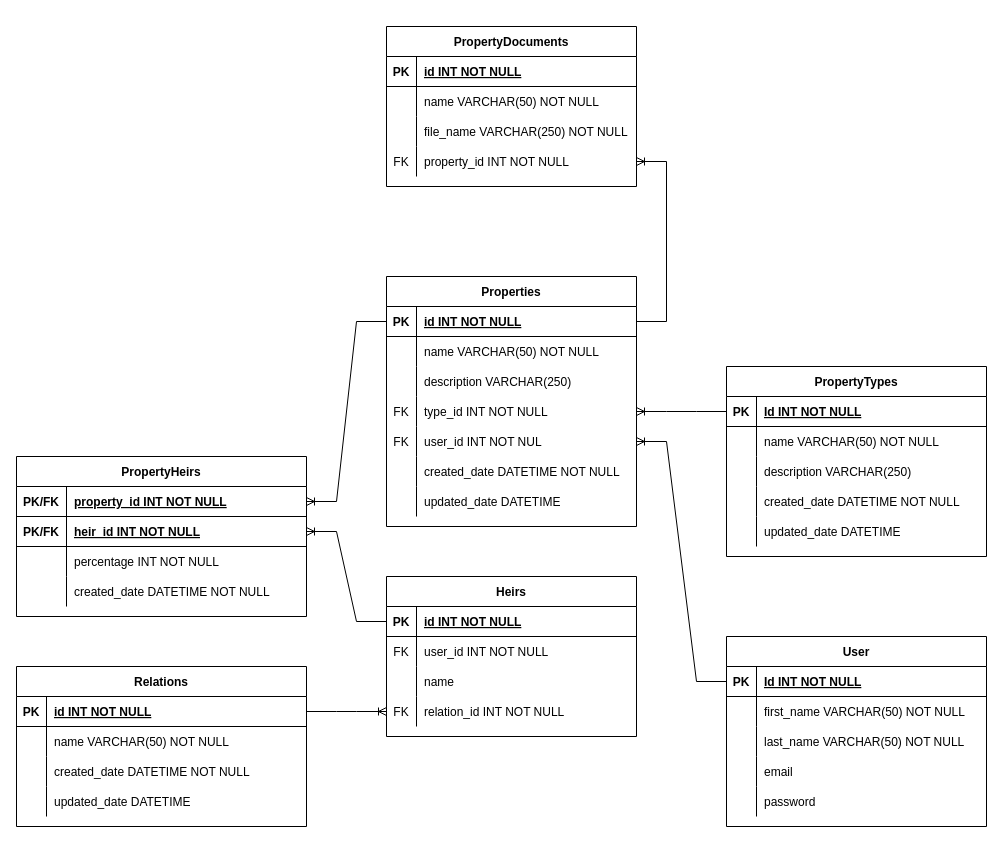
The draw.io diagram ER_Diagram.drawio in NTHU-Nova-Corp/e-testament-api, before the edit. Source tidied: cells renumbered, new cells numbered last; positions are measured from the earlier drawing's top-left corner, leaving out a move shared by most shapes. Both pictures are drawn from the tidied source at 100%, with x=0, y=0 at pixel (16, 26).
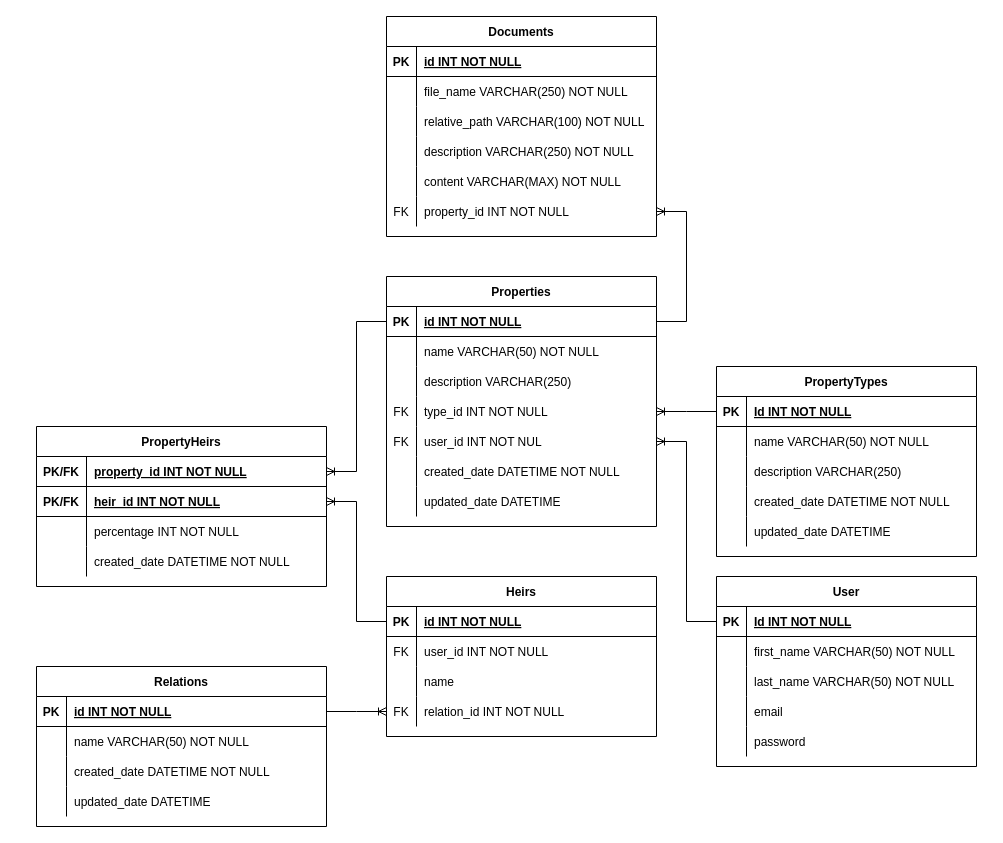
Above is the later version.

What changed in the source:
```diff
@@
     <mxCell id="2" value="Properties" style="shape=table;startSize=30;childLayout=tableLayout;rowLines=0;fontStyle=1;align=center;" parent="1" vertex="1">
-      <mxGeometry x="370" y="250" width="250" height="250" as="geometry" />
+      <mxGeometry x="370" y="250" width="270" height="250" as="geometry" />
     </mxCell>
     <mxCell id="3" style="shape=partialRectangle;fillColor=none;points=[[0,0.5],[1,0.5]];portConstraint=eastwest;top=0;left=0;right=0;bottom=1;" parent="2" vertex="1">
-      <mxGeometry y="30" width="250" height="30" as="geometry" />
+      <mxGeometry y="30" width="270" height="30" as="geometry" />
     </mxCell>
@@
     <mxCell id="5" value="id INT NOT NULL" style="shape=partialRectangle;overflow=hidden;fillColor=none;top=0;left=0;bottom=0;right=0;align=left;spacingLeft=6;fontStyle=5;" parent="3" vertex="1">
-      <mxGeometry x="30" width="220" height="30" as="geometry" />
+      <mxGeometry x="30" width="240" height="30" as="geometry" />
     </mxCell>
     <mxCell id="6" style="shape=partialRectangle;fillColor=none;top=0;left=0;right=0;bottom=0;" parent="2" vertex="1">
-      <mxGeometry y="60" width="250" height="30" as="geometry" />
+      <mxGeometry y="60" width="270" height="30" as="geometry" />
     </mxCell>
@@
     <mxCell id="8" value="name VARCHAR(50) NOT NULL" style="shape=partialRectangle;overflow=hidden;fillColor=none;top=0;left=0;bottom=0;right=0;align=left;spacingLeft=6;" parent="6" vertex="1">
-      <mxGeometry x="30" width="220" height="30" as="geometry" />
+      <mxGeometry x="30" width="240" height="30" as="geometry" />
     </mxCell>
     <mxCell id="9" style="shape=tableRow;horizontal=0;startSize=0;swimlaneHead=0;swimlaneBody=0;fillColor=none;top=0;left=0;right=0;bottom=0;" parent="2" vertex="1">
-      <mxGeometry y="90" width="250" height="30" as="geometry" />
+      <mxGeometry y="90" width="270" height="30" as="geometry" />
     </mxCell>
@@
     <mxCell id="11" value="description VARCHAR(250)" style="shape=partialRectangle;fillColor=none;top=0;left=0;bottom=0;right=0;align=left;spacingLeft=6;overflow=hidden;" parent="9" vertex="1">
-      <mxGeometry x="30" width="220" height="30" as="geometry" />
+      <mxGeometry x="30" width="240" height="30" as="geometry" />
     </mxCell>
     <mxCell id="12" style="shape=tableRow;horizontal=0;startSize=0;swimlaneHead=0;swimlaneBody=0;fillColor=none;points=[[0,0.5],[1,0.5]];portConstraint=eastwest;top=0;left=0;right=0;bottom=0;" parent="2" vertex="1">
-      <mxGeometry y="120" width="250" height="30" as="geometry" />
+      <mxGeometry y="120" width="270" height="30" as="geometry" />
     </mxCell>
@@
     <mxCell id="14" value="type_id INT NOT NULL" style="shape=partialRectangle;fillColor=none;top=0;left=0;bottom=0;right=0;align=left;spacingLeft=6;fontStyle=0;overflow=hidden;" parent="12" vertex="1">
-      <mxGeometry x="30" width="220" height="30" as="geometry" />
+      <mxGeometry x="30" width="240" height="30" as="geometry" />
     </mxCell>
     <mxCell id="15" style="shape=tableRow;horizontal=0;startSize=0;swimlaneHead=0;swimlaneBody=0;fillColor=none;points=[[0,0.5],[1,0.5]];portConstraint=eastwest;top=0;left=0;right=0;bottom=0;" parent="2" vertex="1">
-      <mxGeometry y="150" width="250" height="30" as="geometry" />
+      <mxGeometry y="150" width="270" height="30" as="geometry" />
     </mxCell>
@@
     <mxCell id="17" value="user_id INT NOT NUL" style="shape=partialRectangle;fillColor=none;top=0;left=0;bottom=0;right=0;align=left;spacingLeft=6;fontStyle=0;overflow=hidden;" parent="15" vertex="1">
-      <mxGeometry x="30" width="220" height="30" as="geometry" />
+      <mxGeometry x="30" width="240" height="30" as="geometry" />
     </mxCell>
     <mxCell id="18" style="shape=tableRow;horizontal=0;startSize=0;swimlaneHead=0;swimlaneBody=0;fillColor=none;top=0;left=0;right=0;bottom=0;" parent="2" vertex="1">
-      <mxGeometry y="180" width="250" height="30" as="geometry" />
+      <mxGeometry y="180" width="270" height="30" as="geometry" />
     </mxCell>
@@
     <mxCell id="20" value="created_date DATETIME NOT NULL" style="shape=partialRectangle;fillColor=none;top=0;left=0;bottom=0;right=0;align=left;spacingLeft=6;overflow=hidden;" parent="18" vertex="1">
-      <mxGeometry x="30" width="220" height="30" as="geometry" />
+      <mxGeometry x="30" width="240" height="30" as="geometry" />
     </mxCell>
     <mxCell id="21" style="shape=tableRow;horizontal=0;startSize=0;swimlaneHead=0;swimlaneBody=0;fillColor=none;top=0;left=0;right=0;bottom=0;" parent="2" vertex="1">
-      <mxGeometry y="210" width="250" height="30" as="geometry" />
+      <mxGeometry y="210" width="270" height="30" as="geometry" />
     </mxCell>
@@
     <mxCell id="23" value="updated_date DATETIME" style="shape=partialRectangle;fillColor=none;top=0;left=0;bottom=0;right=0;align=left;spacingLeft=6;overflow=hidden;" parent="21" vertex="1">
-      <mxGeometry x="30" width="220" height="30" as="geometry" />
+      <mxGeometry x="30" width="240" height="30" as="geometry" />
     </mxCell>
     <mxCell id="24" value="PropertyTypes" style="shape=table;startSize=30;childLayout=tableLayout;rowLines=0;fontStyle=1;align=center;" parent="1" vertex="1">
-      <mxGeometry x="710" y="340" width="260" height="190" as="geometry" />
+      <mxGeometry x="700" y="340" width="260" height="190" as="geometry" />
     </mxCell>
@@
     <mxCell id="41" value="Heirs" style="shape=table;startSize=30;childLayout=tableLayout;rowLines=0;fontStyle=1;align=center;" parent="1" vertex="1">
-      <mxGeometry x="370" y="550" width="250" height="160" as="geometry" />
+      <mxGeometry x="370" y="550" width="270" height="160" as="geometry" />
     </mxCell>
     <mxCell id="42" style="shape=tableRow;horizontal=0;startSize=0;swimlaneHead=0;swimlaneBody=0;fillColor=none;points=[[0,0.5],[1,0.5]];portConstraint=eastwest;top=0;left=0;right=0;bottom=1;" parent="41" vertex="1">
-      <mxGeometry y="30" width="250" height="30" as="geometry" />
+      <mxGeometry y="30" width="270" height="30" as="geometry" />
     </mxCell>
@@
     <mxCell id="44" value="id INT NOT NULL" style="shape=partialRectangle;fillColor=none;top=0;left=0;bottom=0;right=0;align=left;spacingLeft=6;fontStyle=5;overflow=hidden;" parent="42" vertex="1">
-      <mxGeometry x="30" width="220" height="30" as="geometry" />
+      <mxGeometry x="30" width="240" height="30" as="geometry" />
     </mxCell>
     <mxCell id="45" style="shape=tableRow;horizontal=0;startSize=0;swimlaneHead=0;swimlaneBody=0;fillColor=none;top=0;left=0;right=0;bottom=0;" parent="41" vertex="1">
-      <mxGeometry y="60" width="250" height="30" as="geometry" />
+      <mxGeometry y="60" width="270" height="30" as="geometry" />
     </mxCell>
@@
     <mxCell id="47" value="user_id INT NOT NULL" style="shape=partialRectangle;fillColor=none;top=0;left=0;bottom=0;right=0;align=left;spacingLeft=6;fontStyle=0;overflow=hidden;" parent="45" vertex="1">
-      <mxGeometry x="30" width="220" height="30" as="geometry" />
+      <mxGeometry x="30" width="240" height="30" as="geometry" />
     </mxCell>
     <mxCell id="48" style="shape=tableRow;horizontal=0;startSize=0;swimlaneHead=0;swimlaneBody=0;fillColor=none;top=0;left=0;right=0;bottom=0;" parent="41" vertex="1">
-      <mxGeometry y="90" width="250" height="30" as="geometry" />
+      <mxGeometry y="90" width="270" height="30" as="geometry" />
     </mxCell>
@@
     <mxCell id="50" value="name" style="shape=partialRectangle;fillColor=none;top=0;left=0;bottom=0;right=0;align=left;spacingLeft=6;overflow=hidden;" parent="48" vertex="1">
-      <mxGeometry x="30" width="220" height="30" as="geometry" />
+      <mxGeometry x="30" width="240" height="30" as="geometry" />
     </mxCell>
     <mxCell id="51" style="shape=tableRow;horizontal=0;startSize=0;swimlaneHead=0;swimlaneBody=0;fillColor=none;points=[[0,0.5],[1,0.5]];portConstraint=eastwest;top=0;left=0;right=0;bottom=0;" parent="41" vertex="1">
-      <mxGeometry y="120" width="250" height="30" as="geometry" />
+      <mxGeometry y="120" width="270" height="30" as="geometry" />
     </mxCell>
@@
     <mxCell id="53" value="relation_id INT NOT NULL" style="shape=partialRectangle;fillColor=none;top=0;left=0;bottom=0;right=0;align=left;spacingLeft=6;fontStyle=0;overflow=hidden;" parent="51" vertex="1">
-      <mxGeometry x="30" width="220" height="30" as="geometry" />
+      <mxGeometry x="30" width="240" height="30" as="geometry" />
     </mxCell>
     <mxCell id="54" value="Relations" style="shape=table;startSize=30;childLayout=tableLayout;rowLines=0;fontStyle=1;align=center;" parent="1" vertex="1">
-      <mxGeometry y="640" width="290" height="160" as="geometry" />
+      <mxGeometry x="20" y="640" width="290" height="160" as="geometry" />
     </mxCell>
@@
     <mxCell id="68" value="PropertyHeirs" style="shape=table;startSize=30;childLayout=tableLayout;rowLines=0;fontStyle=1;align=center;" parent="1" vertex="1">
-      <mxGeometry y="430" width="290" height="160" as="geometry" />
+      <mxGeometry x="20" y="400" width="290" height="160" as="geometry" />
     </mxCell>
@@
-    <mxCell id="83" value="PropertyDocuments" style="shape=table;startSize=30;childLayout=tableLayout;rowLines=0;fontStyle=1;align=center;" parent="1" vertex="1">
-      <mxGeometry x="370" width="250" height="160" as="geometry" />
+    <mxCell id="83" value="Documents" style="shape=table;startSize=30;childLayout=tableLayout;rowLines=0;fontStyle=1;align=center;" parent="1" vertex="1">
+      <mxGeometry x="370" y="-10" width="270" height="220" as="geometry" />
     </mxCell>
     <mxCell id="84" style="shape=tableRow;horizontal=0;startSize=0;swimlaneHead=0;swimlaneBody=0;fillColor=none;top=0;left=0;right=0;bottom=1;" parent="83" vertex="1">
-      <mxGeometry y="30" width="250" height="30" as="geometry" />
+      <mxGeometry y="30" width="270" height="30" as="geometry" />
     </mxCell>
@@
     <mxCell id="86" value="id INT NOT NULL" style="shape=partialRectangle;fillColor=none;top=0;left=0;bottom=0;right=0;align=left;spacingLeft=6;fontStyle=5;overflow=hidden;" parent="84" vertex="1">
-      <mxGeometry x="30" width="220" height="30" as="geometry" />
+      <mxGeometry x="30" width="240" height="30" as="geometry" />
     </mxCell>
-    <mxCell id="87" style="shape=tableRow;horizontal=0;startSize=0;swimlaneHead=0;swimlaneBody=0;fillColor=none;top=0;left=0;right=0;bottom=0;" parent="83" vertex="1">
-      <mxGeometry y="60" width="250" height="30" as="geometry" />
-    </mxCell>
-    <mxCell id="88" style="shape=partialRectangle;fillColor=none;top=0;left=0;bottom=0;right=0;overflow=hidden;" parent="87" vertex="1">
-      <mxGeometry width="30" height="30" as="geometry" />
-    </mxCell>
-    <mxCell id="89" value="name VARCHAR(50) NOT NULL" style="shape=partialRectangle;fillColor=none;top=0;left=0;bottom=0;right=0;align=left;spacingLeft=6;overflow=hidden;" parent="87" vertex="1">
-      <mxGeometry x="30" width="220" height="30" as="geometry" />
-    </mxCell>
     <mxCell id="90" style="shape=tableRow;horizontal=0;startSize=0;swimlaneHead=0;swimlaneBody=0;fillColor=none;top=0;left=0;right=0;bottom=0;" parent="83" vertex="1">
-      <mxGeometry y="90" width="250" height="30" as="geometry" />
+      <mxGeometry y="60" width="270" height="30" as="geometry" />
     </mxCell>
@@
     <mxCell id="92" value="file_name VARCHAR(250) NOT NULL" style="shape=partialRectangle;fillColor=none;top=0;left=0;bottom=0;right=0;align=left;spacingLeft=6;overflow=hidden;" parent="90" vertex="1">
-      <mxGeometry x="30" width="220" height="30" as="geometry" />
+      <mxGeometry x="30" width="240" height="30" as="geometry" />
     </mxCell>
+    <mxCell id="114" style="shape=tableRow;horizontal=0;startSize=0;swimlaneHead=0;swimlaneBody=0;fillColor=none;top=0;left=0;right=0;bottom=0;" parent="83" vertex="1">
+      <mxGeometry y="90" width="270" height="30" as="geometry" />
+    </mxCell>
+    <mxCell id="115" style="shape=partialRectangle;fillColor=none;top=0;left=0;bottom=0;right=0;overflow=hidden;" parent="114" vertex="1">
+      <mxGeometry width="30" height="30" as="geometry" />
+    </mxCell>
+    <mxCell id="116" value="relative_path VARCHAR(100) NOT NULL" style="shape=partialRectangle;fillColor=none;top=0;left=0;bottom=0;right=0;align=left;spacingLeft=6;overflow=hidden;" parent="114" vertex="1">
+      <mxGeometry x="30" width="240" height="30" as="geometry" />
+    </mxCell>
+    <mxCell id="117" style="shape=tableRow;horizontal=0;startSize=0;swimlaneHead=0;swimlaneBody=0;fillColor=none;top=0;left=0;right=0;bottom=0;" parent="83" vertex="1">
+      <mxGeometry y="120" width="270" height="30" as="geometry" />
+    </mxCell>
+    <mxCell id="118" style="shape=partialRectangle;fillColor=none;top=0;left=0;bottom=0;right=0;overflow=hidden;" parent="117" vertex="1">
+      <mxGeometry width="30" height="30" as="geometry" />
+    </mxCell>
+    <mxCell id="119" value="description VARCHAR(250) NOT NULL" style="shape=partialRectangle;fillColor=none;top=0;left=0;bottom=0;right=0;align=left;spacingLeft=6;overflow=hidden;" parent="117" vertex="1">
+      <mxGeometry x="30" width="240" height="30" as="geometry" />
+    </mxCell>
+    <mxCell id="120" style="shape=tableRow;horizontal=0;startSize=0;swimlaneHead=0;swimlaneBody=0;fillColor=none;top=0;left=0;right=0;bottom=0;" parent="83" vertex="1">
+      <mxGeometry y="150" width="270" height="30" as="geometry" />
+    </mxCell>
+    <mxCell id="121" style="shape=partialRectangle;fillColor=none;top=0;left=0;bottom=0;right=0;overflow=hidden;" parent="120" vertex="1">
+      <mxGeometry width="30" height="30" as="geometry" />
+    </mxCell>
+    <mxCell id="122" value="content VARCHAR(MAX) NOT NULL" style="shape=partialRectangle;fillColor=none;top=0;left=0;bottom=0;right=0;align=left;spacingLeft=6;overflow=hidden;" parent="120" vertex="1">
+      <mxGeometry x="30" width="240" height="30" as="geometry" />
+    </mxCell>
     <mxCell id="93" style="shape=tableRow;horizontal=0;startSize=0;swimlaneHead=0;swimlaneBody=0;fillColor=none;points=[[0,0.5],[1,0.5]];portConstraint=eastwest;top=0;left=0;right=0;bottom=0;" parent="83" vertex="1">
-      <mxGeometry y="120" width="250" height="30" as="geometry" />
+      <mxGeometry y="180" width="270" height="30" as="geometry" />
     </mxCell>
@@
     <mxCell id="95" value="property_id INT NOT NULL" style="shape=partialRectangle;fillColor=none;top=0;left=0;bottom=0;right=0;align=left;spacingLeft=6;fontStyle=0;overflow=hidden;" parent="93" vertex="1">
-      <mxGeometry x="30" width="220" height="30" as="geometry" />
+      <mxGeometry x="30" width="240" height="30" as="geometry" />
     </mxCell>
@@
     <mxCell id="97" value="User" style="shape=table;startSize=30;childLayout=tableLayout;rowLines=0;fontStyle=1;align=center;" parent="1" vertex="1">
-      <mxGeometry x="710" y="610" width="260" height="190" as="geometry" />
+      <mxGeometry x="700" y="550" width="260" height="190" as="geometry" />
     </mxCell>
```
